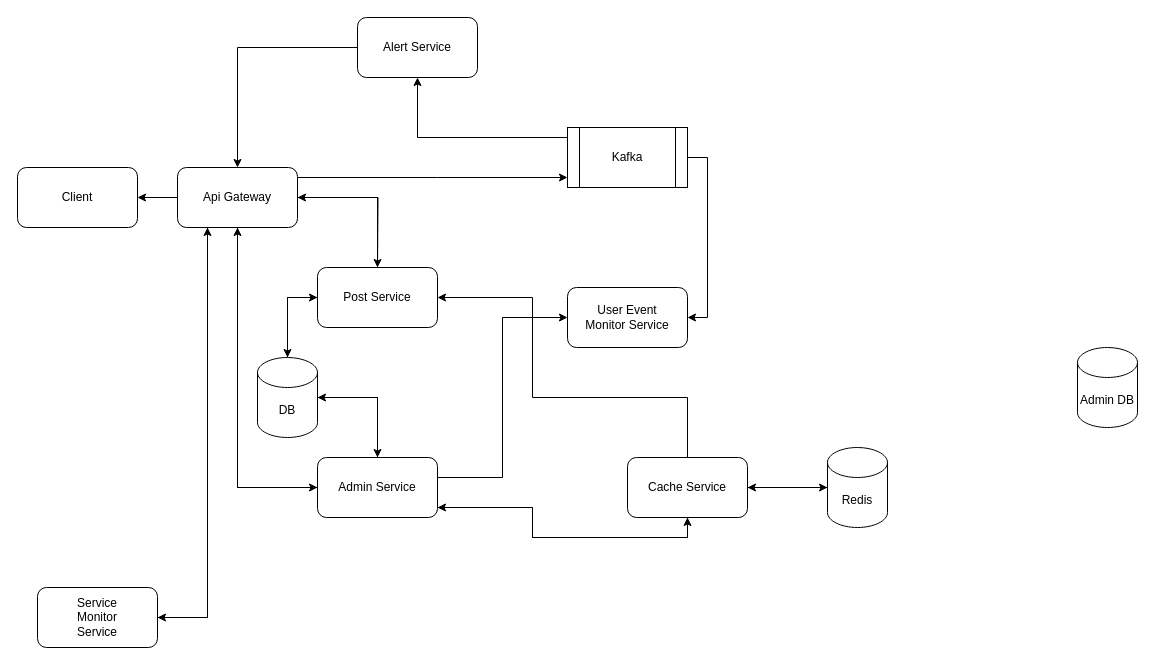
Earlier version of the draw.io diagram architecture.drawio (mothership2002/Doodle). Source tidied: cells renumbered, new cells numbered last; positions are measured from the earlier drawing's top-left corner, leaving out a move shared by most shapes. Both pictures are drawn from the tidied source at 100%, with x=0, y=0 at pixel (17, 17).
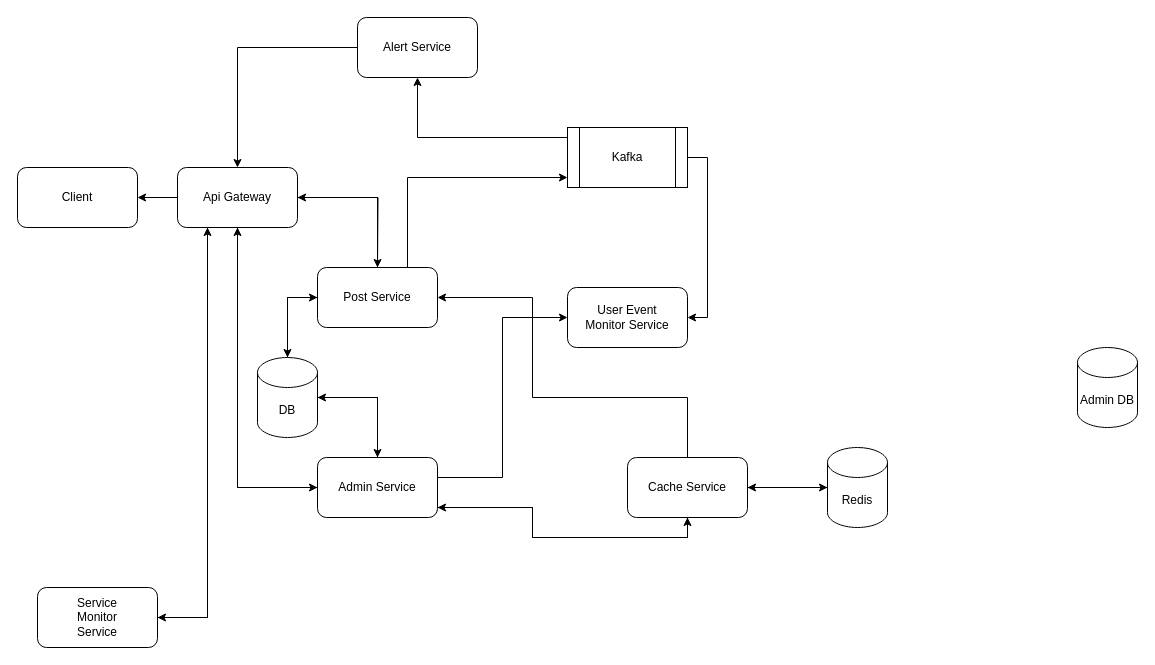
The same diagram, later.

Unchanged cells that the change refers to:
```xml
<mxCell id="30" value="Post S&lt;span style=&quot;background-color: initial;&quot;&gt;ervice&lt;/span&gt;" style="rounded=1;whiteSpace=wrap;html=1;" parent="1" vertex="1">
  <mxGeometry x="300" y="250" width="120" height="60" as="geometry" />
</mxCell>
<mxCell id="33" value="Kafka" style="shape=process;whiteSpace=wrap;html=1;backgroundOutline=1;" parent="1" vertex="1">
  <mxGeometry x="550" y="110" width="120" height="60" as="geometry" />
</mxCell>
```

Change to the diagram source:
```diff
@@
-    <mxCell id="5" style="edgeStyle=orthogonalEdgeStyle;rounded=0;jettySize=auto;html=1;" parent="1" edge="1" target="33">
+    <mxCell id="5" style="edgeStyle=orthogonalEdgeStyle;rounded=0;jettySize=auto;html=1;exitX=0.75;exitY=0;exitDx=0;exitDy=0;" parent="1" edge="1" source="30" target="33">
       <mxGeometry relative="1" as="geometry">
-        <mxPoint x="280" y="160" as="sourcePoint" />
         <Array as="points">
-          <mxPoint x="420" y="160" />
-          <mxPoint x="420" y="160" />
+          <mxPoint x="390" y="160" />
         </Array>
       </mxGeometry>
     </mxCell>
```
